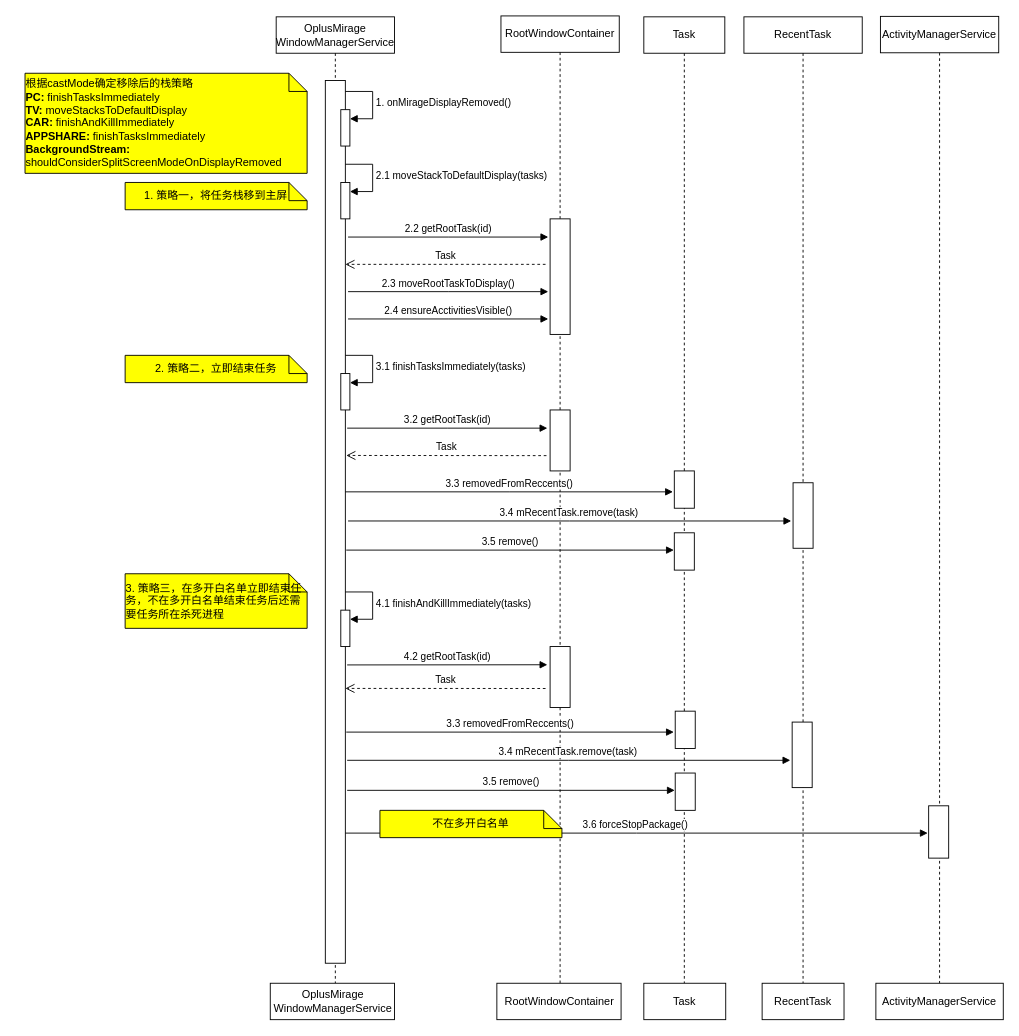
jcj123/- keeps this draw.io diagram as 销毁虚拟屏后显示策略.drawio. Above is the earlier version. Source tidied: cells renumbered, new cells numbered last; positions are measured from the earlier drawing's top-left corner, leaving out a move shared by most shapes. Both pictures are drawn from the tidied source at 91%, with x=0, y=0 at pixel (25, 15).
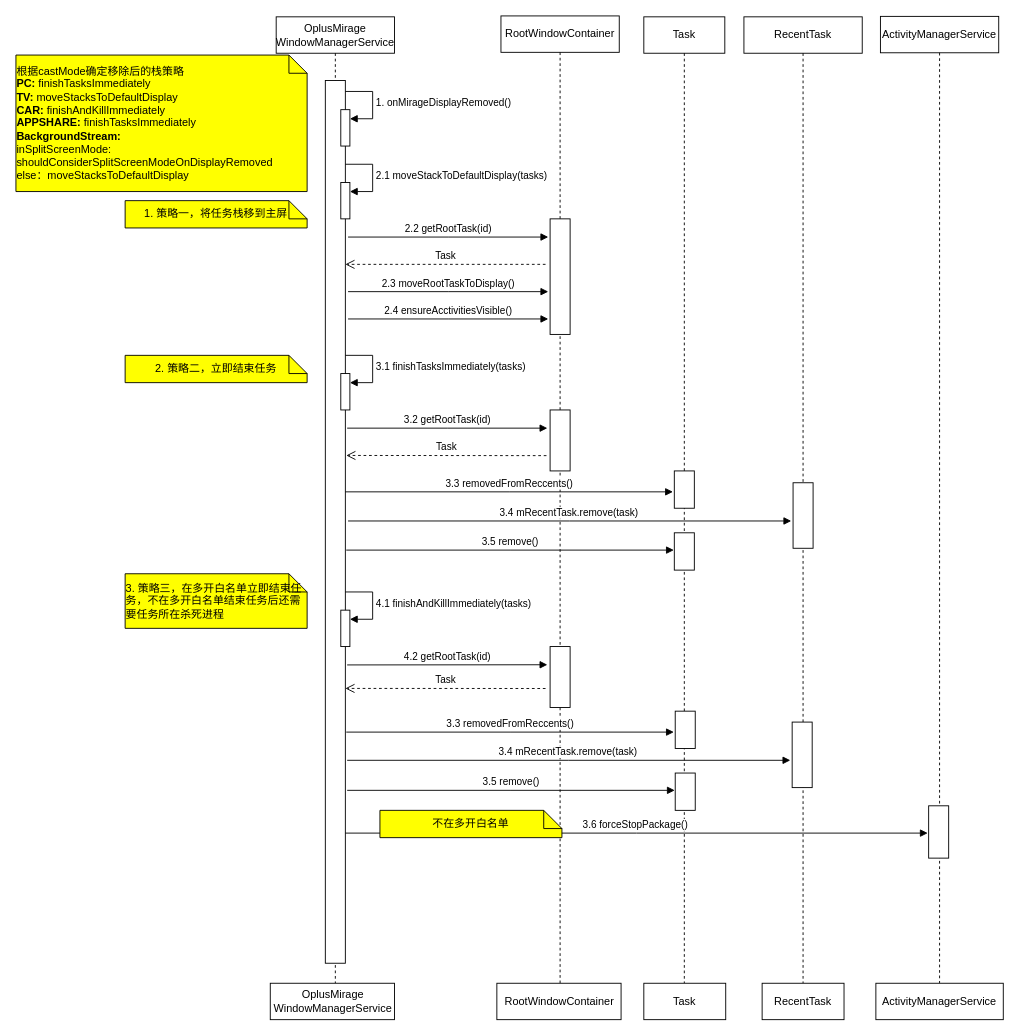
The same page after the edit.

Commit message:
更新销毁虚拟屏后显示策略.drawio

Change to the diagram source:
```diff
@@
-    <mxCell id="24" value="&lt;div style=&quot;text-align: left;&quot;&gt;根据castMode确定移除后的栈策略&lt;/div&gt;&lt;div style=&quot;text-align: left;&quot;&gt;&lt;b&gt;PC:&lt;/b&gt; finishTasksImmediately&lt;/div&gt;&lt;div style=&quot;text-align: left;&quot;&gt;&lt;b&gt;TV: &lt;/b&gt;moveStacksToDefaultDisplay&lt;/div&gt;&lt;div style=&quot;text-align: left;&quot;&gt;&lt;b&gt;CAR: &lt;/b&gt;finishAndKillImmediately&lt;/div&gt;&lt;div style=&quot;text-align: left;&quot;&gt;&lt;b&gt;APPSHARE: &lt;/b&gt;finishTasksImmediately&lt;br&gt;&lt;/div&gt;&lt;div style=&quot;text-align: left;&quot;&gt;&lt;b&gt;BackgroundStream:&lt;/b&gt; shouldConsiderSplitScreenModeOnDisplayRemoved&lt;/div&gt;" style="shape=note;size=20;whiteSpace=wrap;html=1;fillColor=#FFFF00;" parent="1" vertex="1">
-      <mxGeometry y="63" width="310" height="110" as="geometry" />
+    <mxCell id="24" value="&lt;div style=&quot;text-align: left;&quot;&gt;根据castMode确定移除后的栈策略&lt;/div&gt;&lt;div style=&quot;text-align: left;&quot;&gt;&lt;b&gt;PC:&lt;/b&gt; finishTasksImmediately&lt;/div&gt;&lt;div style=&quot;text-align: left;&quot;&gt;&lt;b&gt;TV: &lt;/b&gt;moveStacksToDefaultDisplay&lt;/div&gt;&lt;div style=&quot;text-align: left;&quot;&gt;&lt;b&gt;CAR: &lt;/b&gt;finishAndKillImmediately&lt;/div&gt;&lt;div style=&quot;text-align: left;&quot;&gt;&lt;b&gt;APPSHARE: &lt;/b&gt;finishTasksImmediately&lt;br&gt;&lt;/div&gt;&lt;div style=&quot;text-align: left;&quot;&gt;&lt;b&gt;BackgroundStream:&lt;/b&gt;&lt;/div&gt;&lt;div style=&quot;text-align: left;&quot;&gt;inSplitScreenMode: shouldConsiderSplitScreenModeOnDisplayRemoved&lt;/div&gt;&lt;div style=&quot;text-align: left;&quot;&gt;else：moveStacksToDefaultDisplay&lt;/div&gt;" style="shape=note;size=20;whiteSpace=wrap;html=1;fillColor=#FFFF00;" parent="1" vertex="1">
+      <mxGeometry x="-10" y="43" width="320" height="150" as="geometry" />
     </mxCell>
     <mxCell id="25" value="&lt;div style=&quot;text-align: left;&quot;&gt;1. 策略一，将任务栈移到主屏&lt;/div&gt;" style="shape=note;size=20;whiteSpace=wrap;html=1;fillColor=#FFFF00;" parent="1" vertex="1">
-      <mxGeometry x="110" y="183" width="200" height="30" as="geometry" />
+      <mxGeometry x="110" y="203" width="200" height="30" as="geometry" />
     </mxCell>
```
